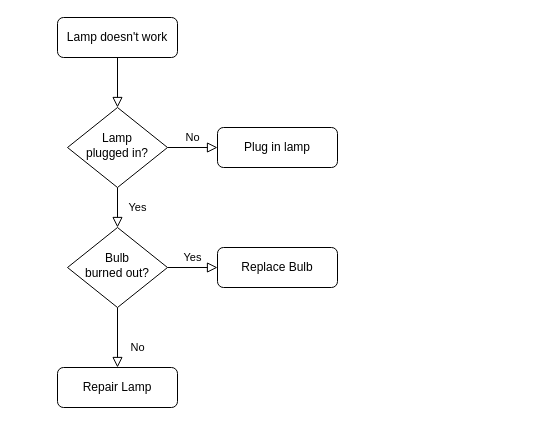
This is Untitled Diagram.drawio from sandybrowne/Web-Development, a draw.io file, before an edit. Source tidied: cells renumbered, new cells numbered last; positions are measured from the earlier drawing's top-left corner, leaving out a move shared by most shapes. Both pictures are drawn from the tidied source at 100%, with x=0, y=0 at pixel (57, 17).
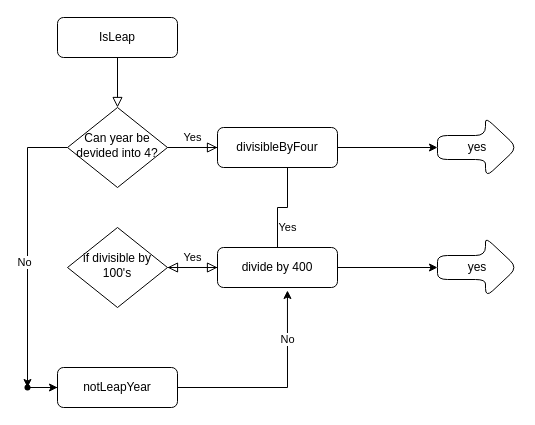
The same page after the edit.

Commit message:
Leap Year problem

Change to the diagram source:
```diff
@@
-    <mxCell id="3" value="Lamp doesn't work" style="rounded=1;whiteSpace=wrap;html=1;fontSize=12;glass=0;strokeWidth=1;shadow=0;" parent="1" vertex="1">
+    <mxCell id="3" value="IsLeap" style="rounded=1;whiteSpace=wrap;html=1;fontSize=12;glass=0;strokeWidth=1;shadow=0;" parent="1" vertex="1">
       <mxGeometry width="120" height="40" as="geometry" />
     </mxCell>
     <mxCell id="4" value="Yes" style="rounded=0;html=1;jettySize=auto;fontSize=11;endArrow=block;endFill=0;endSize=8;strokeWidth=1;shadow=0;labelBackgroundColor=none;edgeStyle=orthogonalEdgeStyle;" parent="1" edge="1" source="6" target="10">
-      <mxGeometry y="20" relative="1" as="geometry" />
+      <mxGeometry y="20" relative="1" as="geometry">
+        <Array as="points">
+          <mxPoint x="230" y="130" />
+          <mxPoint x="230" y="190" />
+          <mxPoint x="220" y="190" />
+          <mxPoint x="220" y="250" />
+        </Array>
+      </mxGeometry>
     </mxCell>
-    <mxCell id="5" value="No" style="edgeStyle=orthogonalEdgeStyle;rounded=0;html=1;jettySize=auto;fontSize=11;endArrow=block;endFill=0;endSize=8;strokeWidth=1;shadow=0;labelBackgroundColor=none;" parent="1" edge="1" source="6" target="7">
+    <mxCell id="5" value="Yes" style="edgeStyle=orthogonalEdgeStyle;rounded=0;html=1;jettySize=auto;fontSize=11;endArrow=block;endFill=0;endSize=8;strokeWidth=1;shadow=0;labelBackgroundColor=none;" parent="1" edge="1" source="6" target="7">
       <mxGeometry y="10" relative="1" as="geometry" />
     </mxCell>
+    <mxCell id="13" style="edgeStyle=orthogonalEdgeStyle;rounded=0;jettySize=auto;html=1;" parent="1" edge="1" source="6" target="20">
+      <mxGeometry relative="1" as="geometry" />
+    </mxCell>
+    <mxCell id="14" value="No" style="edgeLabel;html=1;align=center;verticalAlign=middle;" parent="13" vertex="1">
+      <mxGeometry x="0.1" y="-4" relative="1" as="geometry" />
+    </mxCell>
-    <mxCell id="6" value="Lamp&lt;br&gt;plugged in?" style="rhombus;whiteSpace=wrap;html=1;shadow=0;fontFamily=Helvetica;fontSize=12;align=center;strokeWidth=1;spacing=6;spacingTop=-4;" parent="1" vertex="1">
+    <mxCell id="6" value="Can year be devided into 4?" style="rhombus;whiteSpace=wrap;html=1;shadow=0;fontFamily=Helvetica;fontSize=12;align=center;strokeWidth=1;spacing=6;spacingTop=-4;" parent="1" vertex="1">
       <mxGeometry x="10" y="90" width="100" height="80" as="geometry" />
     </mxCell>
+    <mxCell id="15" style="edgeStyle=orthogonalEdgeStyle;rounded=0;jettySize=auto;html=1;" parent="1" edge="1" source="7" target="18">
+      <mxGeometry relative="1" as="geometry" />
+    </mxCell>
-    <mxCell id="7" value="Plug in lamp" style="rounded=1;whiteSpace=wrap;html=1;fontSize=12;glass=0;strokeWidth=1;shadow=0;" parent="1" vertex="1">
+    <mxCell id="7" value="divisibleByFour" style="rounded=1;whiteSpace=wrap;html=1;fontSize=12;glass=0;strokeWidth=1;shadow=0;" parent="1" vertex="1">
       <mxGeometry x="160" y="110" width="120" height="40" as="geometry" />
     </mxCell>
-    <mxCell id="8" value="No" style="rounded=0;html=1;jettySize=auto;fontSize=11;endArrow=block;endFill=0;endSize=8;strokeWidth=1;shadow=0;labelBackgroundColor=none;edgeStyle=orthogonalEdgeStyle;" parent="1" edge="1" source="10" target="11">
-      <mxGeometry x="0.33" y="20" relative="1" as="geometry" />
-    </mxCell>
@@
-    <mxCell id="10" value="Bulb&lt;br&gt;burned out?" style="rhombus;whiteSpace=wrap;html=1;shadow=0;fontFamily=Helvetica;fontSize=12;align=center;strokeWidth=1;spacing=6;spacingTop=-4;" parent="1" vertex="1">
+    <mxCell id="10" value="if divisible by 100's" style="rhombus;whiteSpace=wrap;html=1;shadow=0;fontFamily=Helvetica;fontSize=12;align=center;strokeWidth=1;spacing=6;spacingTop=-4;" parent="1" vertex="1">
       <mxGeometry x="10" y="210" width="100" height="80" as="geometry" />
     </mxCell>
-    <mxCell id="11" value="Repair Lamp" style="rounded=1;whiteSpace=wrap;html=1;fontSize=12;glass=0;strokeWidth=1;shadow=0;" parent="1" vertex="1">
+    <mxCell id="11" value="notLeapYear" style="rounded=1;whiteSpace=wrap;html=1;fontSize=12;glass=0;strokeWidth=1;shadow=0;" parent="1" vertex="1">
       <mxGeometry y="350" width="120" height="40" as="geometry" />
     </mxCell>
+    <mxCell id="16" style="edgeStyle=orthogonalEdgeStyle;rounded=0;jettySize=auto;html=1;" parent="1" edge="1" source="12" target="17">
+      <mxGeometry relative="1" as="geometry" />
+    </mxCell>
-    <mxCell id="12" value="Replace Bulb" style="rounded=1;whiteSpace=wrap;html=1;fontSize=12;glass=0;strokeWidth=1;shadow=0;" parent="1" vertex="1">
+    <mxCell id="12" value="divide by 400" style="rounded=1;whiteSpace=wrap;html=1;fontSize=12;glass=0;strokeWidth=1;shadow=0;" parent="1" vertex="1">
       <mxGeometry x="160" y="230" width="120" height="40" as="geometry" />
     </mxCell>
+    <mxCell id="17" value="yes" style="shape=singleArrow;whiteSpace=wrap;html=1;arrowWidth=0.4;arrowSize=0.4;rounded=1;glass=0;strokeWidth=1;shadow=0;" parent="1" vertex="1">
+      <mxGeometry x="380" y="220" width="80" height="60" as="geometry" />
+    </mxCell>
+    <mxCell id="18" value="yes" style="shape=singleArrow;whiteSpace=wrap;html=1;arrowWidth=0.4;arrowSize=0.4;rounded=1;glass=0;strokeWidth=1;shadow=0;" parent="1" vertex="1">
+      <mxGeometry x="380" y="100" width="80" height="60" as="geometry" />
+    </mxCell>
+    <mxCell id="19" style="edgeStyle=orthogonalEdgeStyle;rounded=0;jettySize=auto;html=1;" parent="1" edge="1" source="20" target="11">
+      <mxGeometry relative="1" as="geometry" />
+    </mxCell>
+    <mxCell id="20" style="shape=waypoint;sketch=0;size=6;points=[];fillColor=default;perimeter=centerPerimeter;snapToPoint=1;shadow=0;strokeWidth=1;spacing=6;spacingTop=-4;" parent="1" vertex="1">
+      <mxGeometry x="-40" y="360" width="20" height="20" as="geometry" />
+    </mxCell>
+    <mxCell id="21" style="edgeStyle=orthogonalEdgeStyle;rounded=0;jettySize=auto;html=1;entryX=0.583;entryY=1.075;entryDx=0;entryDy=0;entryPerimeter=0;" parent="1" edge="1" source="11" target="12">
+      <mxGeometry relative="1" as="geometry" />
+    </mxCell>
+    <mxCell id="22" value="No" style="edgeLabel;html=1;align=center;verticalAlign=middle;" parent="21" vertex="1">
+      <mxGeometry x="0.54" relative="1" as="geometry" />
+    </mxCell>
```
